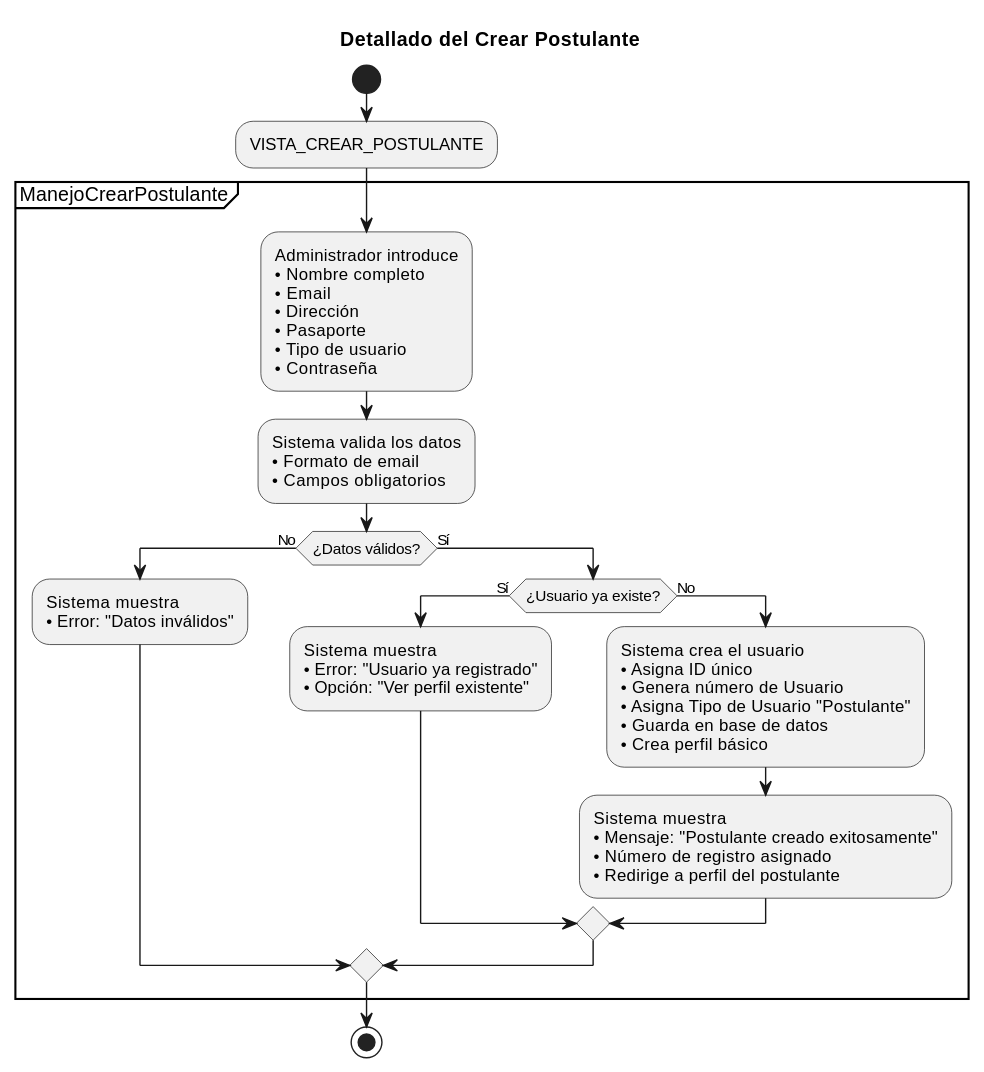
Above: documentos/imagenes/casos_de_uso/diagramas_casos_de_uso_detallados/crear_postulante.svg in Dievex/24-25-IdSw1-SDR (PlantUML), before the change.
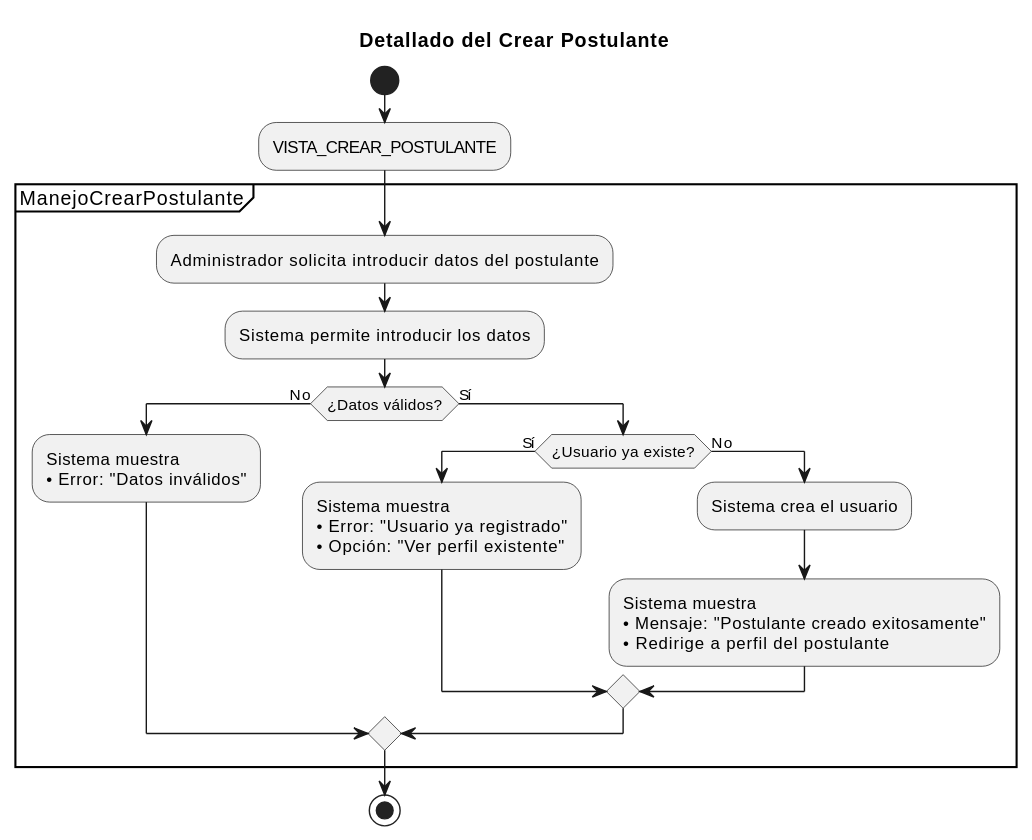
The same diagram one commit later.

What changed in the source:
```diff
@@ -7,18 +7,9 @@
 
 partition ManejoCrearPostulante {
 
-  :Administrador introduce
-  • Nombre completo
-  • Email
-  • Dirección
-  • Pasaporte
-  • Tipo de usuario
-  • Contraseña;
+  :Administrador solicita introducir datos del postulante;
 
-
-  :Sistema valida los datos
-  • Formato de email
-  • Campos obligatorios;
+  :Sistema permite introducir los datos;
 
   if (¿Datos válidos?) then (No)
     :Sistema muestra
@@ -33,16 +24,10 @@
       • Opción: "Ver perfil existente";
 
     else (No)
-      :Sistema crea el usuario
-      • Asigna ID único
-      • Genera número de Usuario
-      • Asigna Tipo de Usuario "Postulante"
-      • Guarda en base de datos
-      • Crea perfil básico;
+      :Sistema crea el usuario;
 
       :Sistema muestra
       • Mensaje: "Postulante creado exitosamente"
-      • Número de registro asignado
       • Redirige a perfil del postulante;
 
     endif
```
